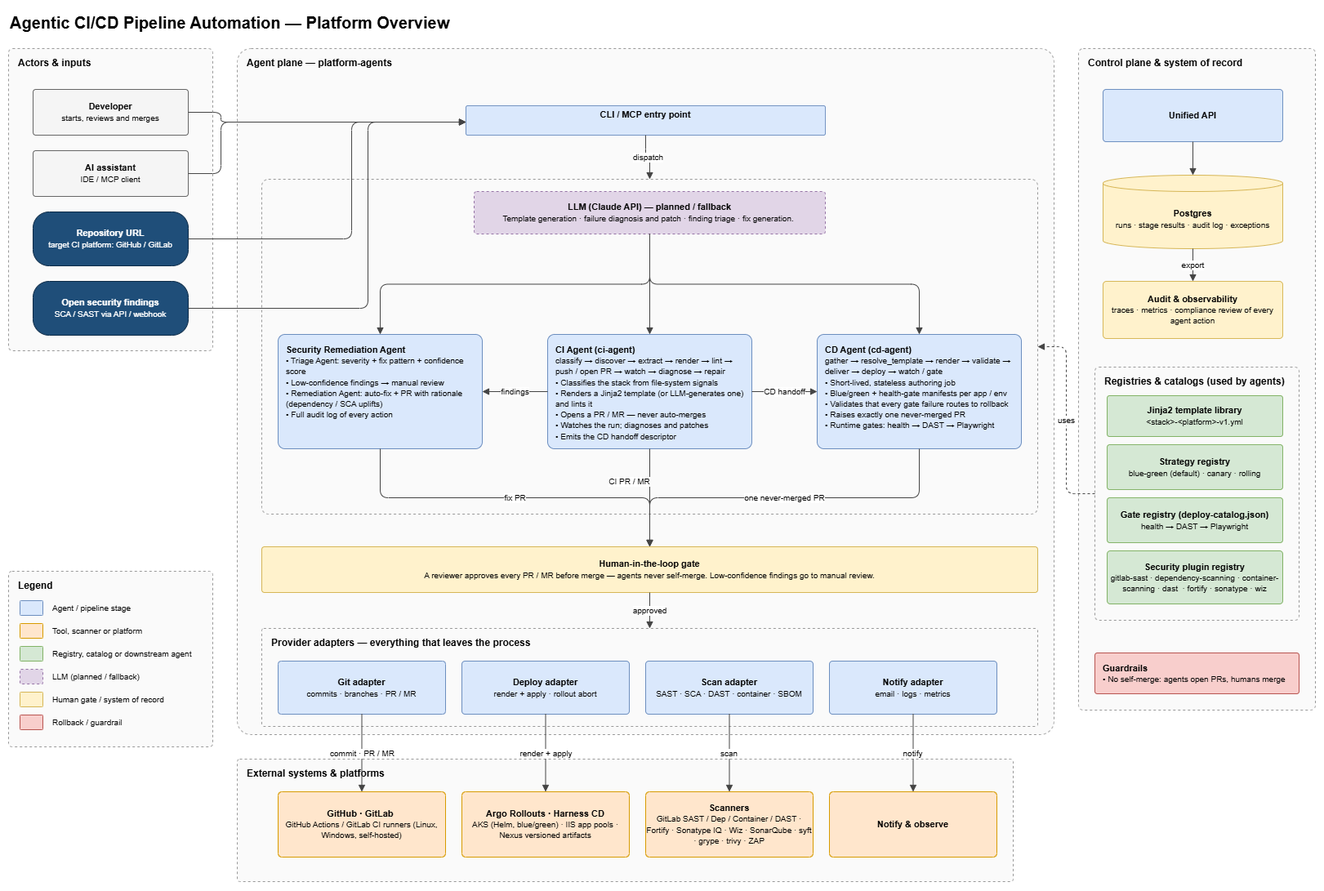
sanjeetkhanuja/architecture-docs keeps this draw.io diagram as Agentic_CI_CD_Pipeline_Automation/Agentic_CICD_Pipeline_Automation_Architecture-1.png. Above is the earlier version. Source tidied: cells renumbered, new cells last; positions are measured from the earlier drawing's top-left corner, leaving out a move shared by most shapes.
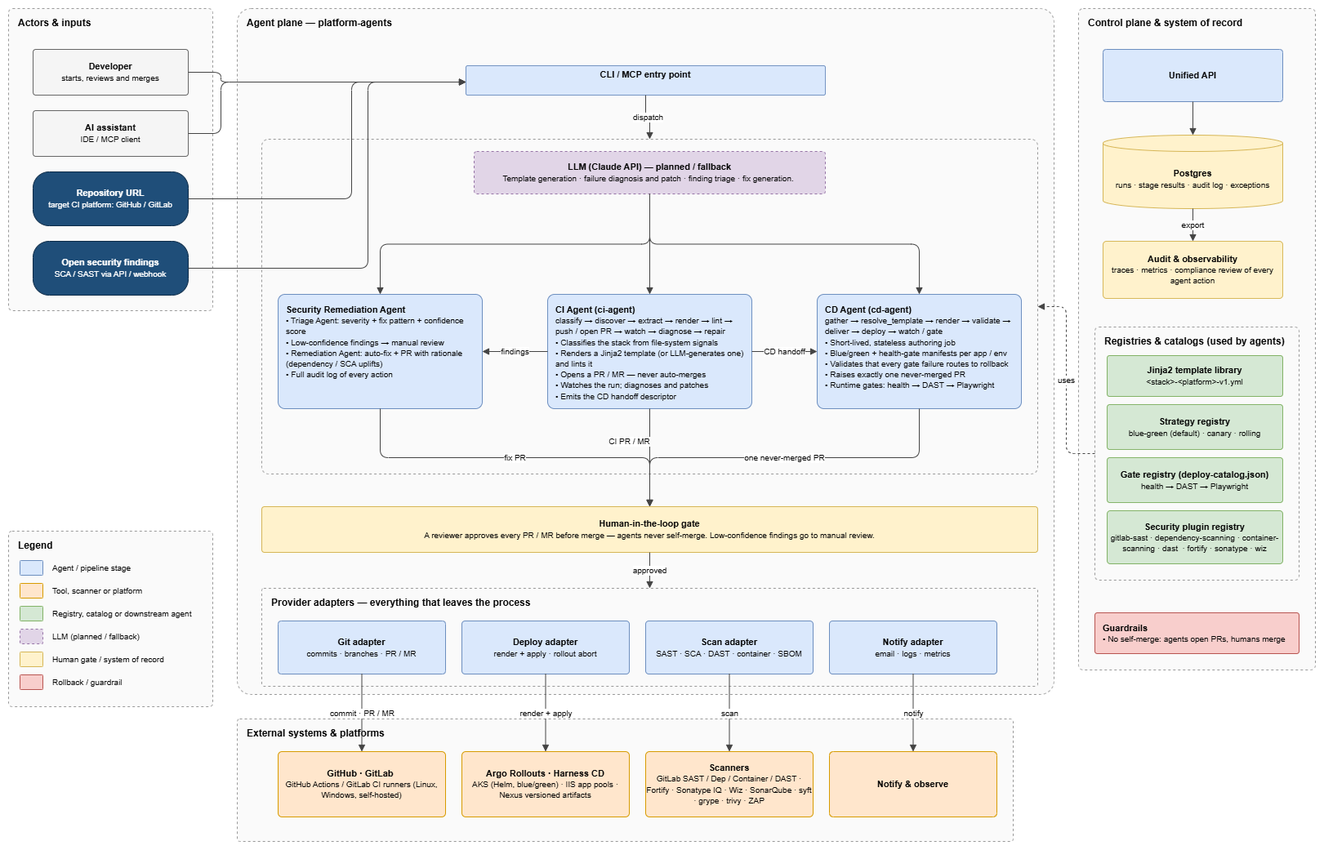
After the change.

Change to the diagram source:
```diff
@@ -2,9 +2,6 @@
   <root>
     <mxCell id="0" />
     <mxCell id="1" parent="0" />
-    <mxCell id="2" value="Agentic CI/CD Pipeline Automation — Platform Overview" style="text;html=1;strokeColor=none;fillColor=none;align=left;verticalAlign=middle;whiteSpace=wrap;fontSize=20;fontStyle=1;" parent="1" vertex="1">
-      <mxGeometry width="1500" height="36" as="geometry" />
-    </mxCell>
     <mxCell id="3" value="&lt;b&gt;Actors &amp;amp; inputs&lt;/b&gt;" style="rounded=1;whiteSpace=wrap;html=1;fontSize=12;arcSize=2;fillColor=#fafafa;strokeColor=#999999;dashed=1;verticalAlign=top;align=left;spacingLeft=10;spacingTop=4;" parent="1" vertex="1">
       <mxGeometry y="50" width="250" height="370" as="geometry" />
     </mxCell>
```
